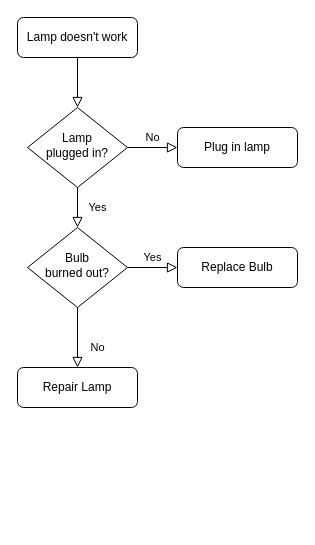
Before: Tugas bilangan ganjil genap 23241091_1C.drawio in Xnowly/Algo_C_23241091, a draw.io diagram. Source tidied: cells renumbered, new cells numbered last; positions are measured from the earlier drawing's top-left corner, leaving out a move shared by most shapes. Both pictures are drawn from the tidied source at 100%, with x=0, y=0 at pixel (17, 17).
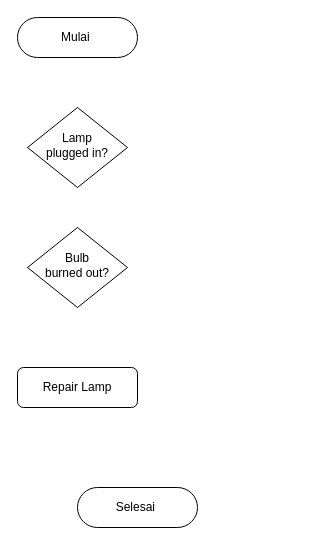
The same diagram, later.

Change to the diagram source:
```diff
@@
 <mxGraphModel>
   <root>
     <mxCell id="0" />
     <mxCell id="1" parent="0" />
-    <mxCell id="2" style="rounded=0;html=1;jettySize=auto;fontSize=11;endArrow=block;endFill=0;endSize=8;strokeWidth=1;shadow=0;labelBackgroundColor=none;edgeStyle=orthogonalEdgeStyle;" parent="1" edge="1" source="3" target="6">
-      <mxGeometry relative="1" as="geometry" />
-    </mxCell>
-    <mxCell id="3" value="Lamp doesn't work" style="rounded=1;whiteSpace=wrap;html=1;fontSize=12;glass=0;strokeWidth=1;shadow=0;" parent="1" vertex="1">
-      <mxGeometry width="120" height="40" as="geometry" />
-    </mxCell>
-    <mxCell id="4" value="Yes" style="rounded=0;html=1;jettySize=auto;fontSize=11;endArrow=block;endFill=0;endSize=8;strokeWidth=1;shadow=0;labelBackgroundColor=none;edgeStyle=orthogonalEdgeStyle;" parent="1" edge="1" source="6" target="10">
-      <mxGeometry y="20" relative="1" as="geometry" />
-    </mxCell>
-    <mxCell id="5" value="No" style="edgeStyle=orthogonalEdgeStyle;rounded=0;html=1;jettySize=auto;fontSize=11;endArrow=block;endFill=0;endSize=8;strokeWidth=1;shadow=0;labelBackgroundColor=none;" parent="1" edge="1" source="6" target="7">
-      <mxGeometry y="10" relative="1" as="geometry" />
-    </mxCell>
     <mxCell id="6" value="Lamp&lt;br&gt;plugged in?" style="rhombus;whiteSpace=wrap;html=1;shadow=0;fontFamily=Helvetica;fontSize=12;align=center;strokeWidth=1;spacing=6;spacingTop=-4;" parent="1" vertex="1">
       <mxGeometry x="10" y="90" width="100" height="80" as="geometry" />
     </mxCell>
-    <mxCell id="7" value="Plug in lamp" style="rounded=1;whiteSpace=wrap;html=1;fontSize=12;glass=0;strokeWidth=1;shadow=0;" parent="1" vertex="1">
-      <mxGeometry x="160" y="110" width="120" height="40" as="geometry" />
+    <mxCell id="7" value="Selesai&amp;nbsp;" style="rounded=1;whiteSpace=wrap;html=1;fontSize=12;glass=0;strokeWidth=1;shadow=0;arcSize=50;" parent="1" vertex="1">
+      <mxGeometry x="60" y="470" width="120" height="40" as="geometry" />
     </mxCell>
-    <mxCell id="8" value="No" style="rounded=0;html=1;jettySize=auto;fontSize=11;endArrow=block;endFill=0;endSize=8;strokeWidth=1;shadow=0;labelBackgroundColor=none;edgeStyle=orthogonalEdgeStyle;" parent="1" edge="1" source="10" target="11">
-      <mxGeometry x="0.33" y="20" relative="1" as="geometry" />
-    </mxCell>
-    <mxCell id="9" value="Yes" style="edgeStyle=orthogonalEdgeStyle;rounded=0;html=1;jettySize=auto;fontSize=11;endArrow=block;endFill=0;endSize=8;strokeWidth=1;shadow=0;labelBackgroundColor=none;" parent="1" edge="1" source="10" target="12">
-      <mxGeometry y="10" relative="1" as="geometry" />
-    </mxCell>
     <mxCell id="10" value="Bulb&lt;br&gt;burned out?" style="rhombus;whiteSpace=wrap;html=1;shadow=0;fontFamily=Helvetica;fontSize=12;align=center;strokeWidth=1;spacing=6;spacingTop=-4;" parent="1" vertex="1">
       <mxGeometry x="10" y="210" width="100" height="80" as="geometry" />
     </mxCell>
     <mxCell id="11" value="Repair Lamp" style="rounded=1;whiteSpace=wrap;html=1;fontSize=12;glass=0;strokeWidth=1;shadow=0;" parent="1" vertex="1">
       <mxGeometry y="350" width="120" height="40" as="geometry" />
     </mxCell>
-    <mxCell id="12" value="Replace Bulb" style="rounded=1;whiteSpace=wrap;html=1;fontSize=12;glass=0;strokeWidth=1;shadow=0;" parent="1" vertex="1">
-      <mxGeometry x="160" y="230" width="120" height="40" as="geometry" />
-    </mxCell>
+    <mxCell id="13" value="Mulai&amp;nbsp;" style="rounded=1;whiteSpace=wrap;html=1;fontSize=12;glass=0;strokeWidth=1;shadow=0;arcSize=50;" parent="1" vertex="1">
+      <mxGeometry width="120" height="40" as="geometry" />
+    </mxCell>
   </root>
 </mxGraphModel>
```
